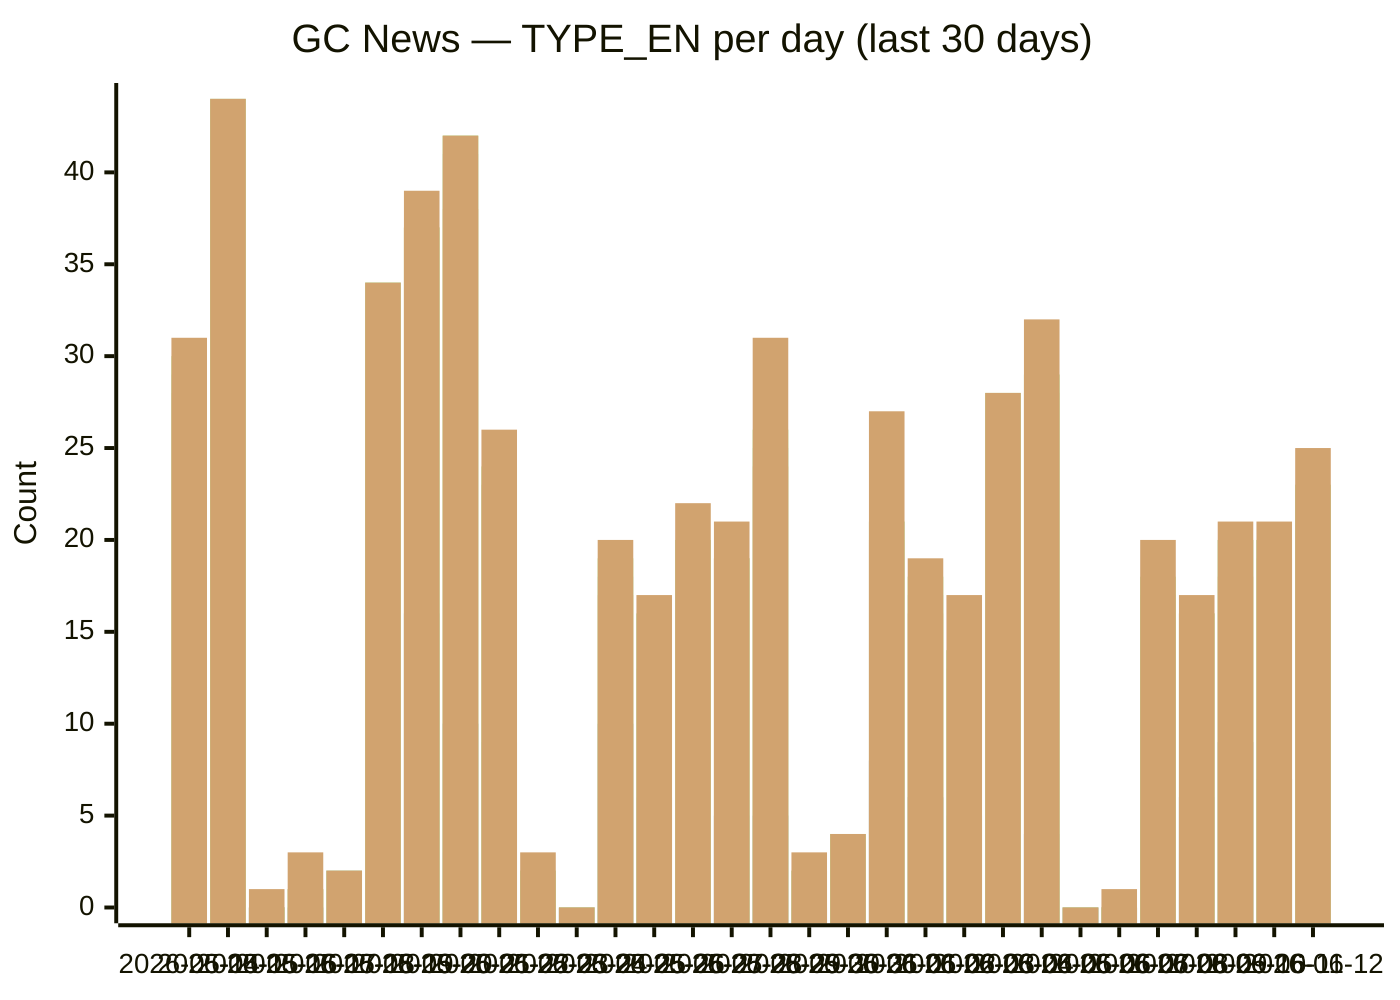
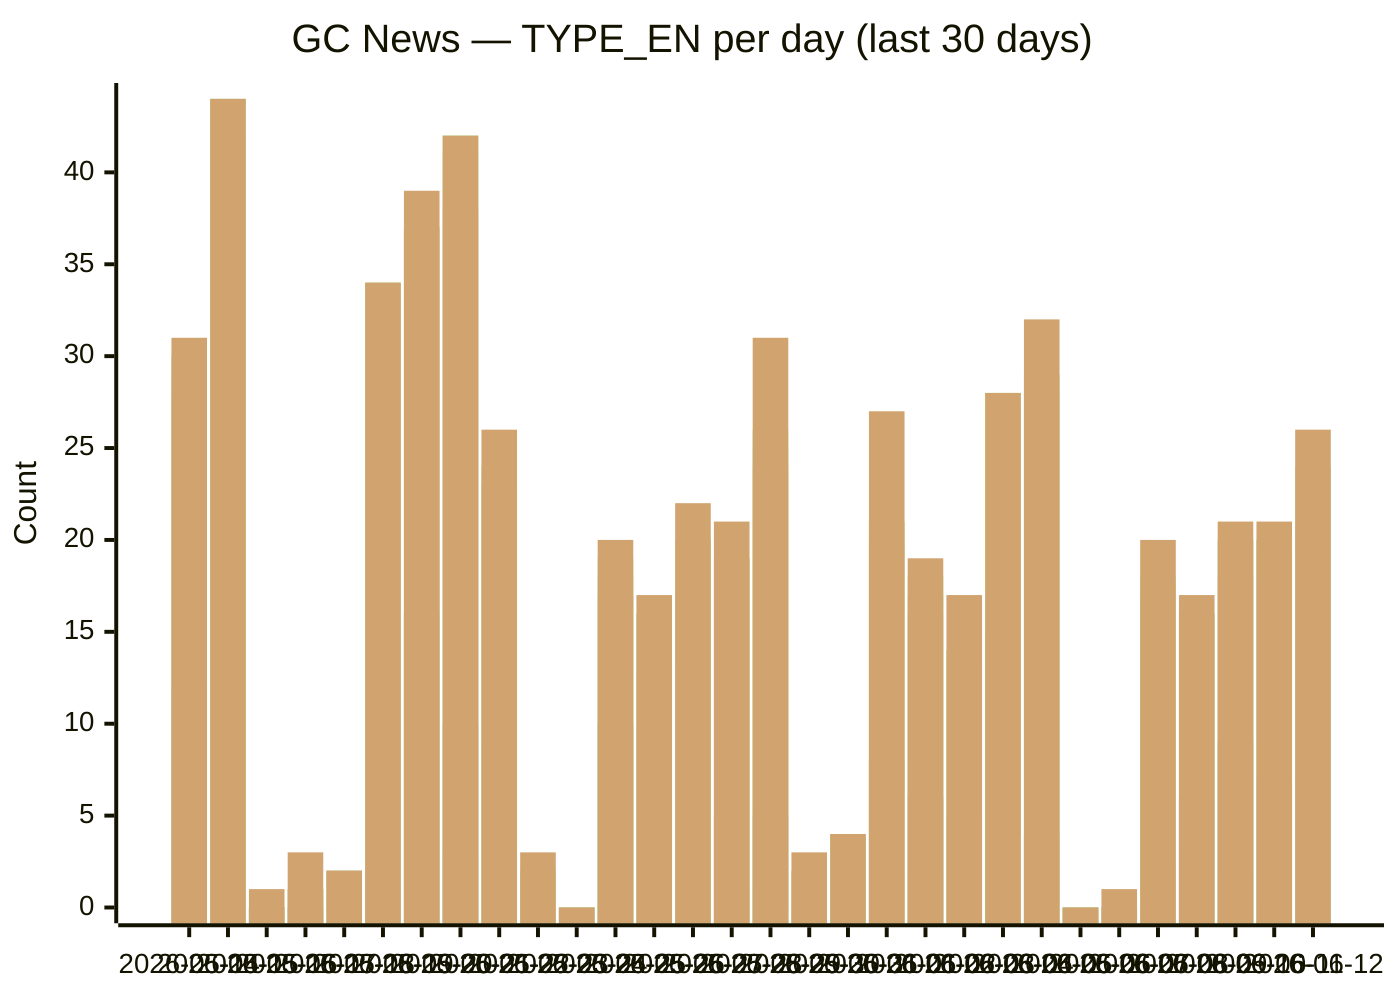
xychart-beta
  title "GC News — TYPE_EN per day (last 30 days)"
  x-axis [2026-05-14, 2026-05-15, 2026-05-16, 2026-05-17, 2026-05-18, 2026-05-19, 2026-05-20, 2026-05-21, 2026-05-22, 2026-05-23, 2026-05-24, 2026-05-25, 2026-05-26, 2026-05-27, 2026-05-28, 2026-05-29, 2026-05-30, 2026-05-31, 2026-06-01, 2026-06-02, 2026-06-03, 2026-06-04, 2026-06-05, 2026-06-06, 2026-06-07, 2026-06-08, 2026-06-09, 2026-06-10, 2026-06-11, 2026-06-12]
  y-axis "Count" 0 --> 44
  bar backgrounders [4, 5, 0, 0, 0, 1, 1, 3, 3, 0, 0, 6, 1, 4, 1, 1, 0, 0, 5, 2, 2, 2, 0, 0, 0, 0, 3, 2, 0, 3]
-   bar "media advisories" [12, 22, 0, 0, 2, 12, 16, 10, 9, 1, 0, 10, 6, 8, 5, 5, 0, 4, 8, 6, 5, 15, 4, 0, 0, 2, 6, 9, 7, 8]
-   bar "news releases" [28, 42, 0, 1, 2, 33, 37, 38, 23, 2, 0, 17, 13, 19, 19, 24, 2, 4, 20, 16, 13, 26, 28, 0, 0, 17, 16, 18, 19, 23]
-   bar readouts [29, 44, 0, 1, 2, 34, 37, 41, 23, 2, 0, 18, 16, 20, 19, 25, 2, 4, 21, 17, 14, 27, 29, 0, 0, 17, 16, 20, 20, 23]
-   bar speeches [30, 44, 0, 1, 2, 34, 37, 42, 24, 2, 0, 19, 16, 20, 19, 26, 2, 4, 21, 18, 14, 28, 29, 0, 0, 18, 16, 20, 20, 23]
-   bar statements [31, 44, 1, 3, 2, 34, 39, 42, 26, 3, 0, 20, 17, 22, 21, 31, 3, 4, 27, 19, 17, 28, 32, 0, 1, 20, 17, 21, 21, 25]
+   bar "media advisories" [12, 22, 0, 0, 2, 12, 16, 10, 9, 1, 0, 10, 6, 8, 5, 5, 0, 4, 8, 6, 5, 15, 4, 0, 0, 2, 6, 9, 7, 9]
+   bar "news releases" [28, 42, 0, 1, 2, 33, 37, 38, 23, 2, 0, 17, 13, 19, 19, 24, 2, 4, 20, 16, 13, 26, 28, 0, 0, 17, 16, 18, 19, 24]
+   bar readouts [29, 44, 0, 1, 2, 34, 37, 41, 23, 2, 0, 18, 16, 20, 19, 25, 2, 4, 21, 17, 14, 27, 29, 0, 0, 17, 16, 20, 20, 24]
+   bar speeches [30, 44, 0, 1, 2, 34, 37, 42, 24, 2, 0, 19, 16, 20, 19, 26, 2, 4, 21, 18, 14, 28, 29, 0, 0, 18, 16, 20, 20, 24]
+   bar statements [31, 44, 1, 3, 2, 34, 39, 42, 26, 3, 0, 20, 17, 22, 21, 31, 3, 4, 27, 19, 17, 28, 32, 0, 1, 20, 17, 21, 21, 26]
